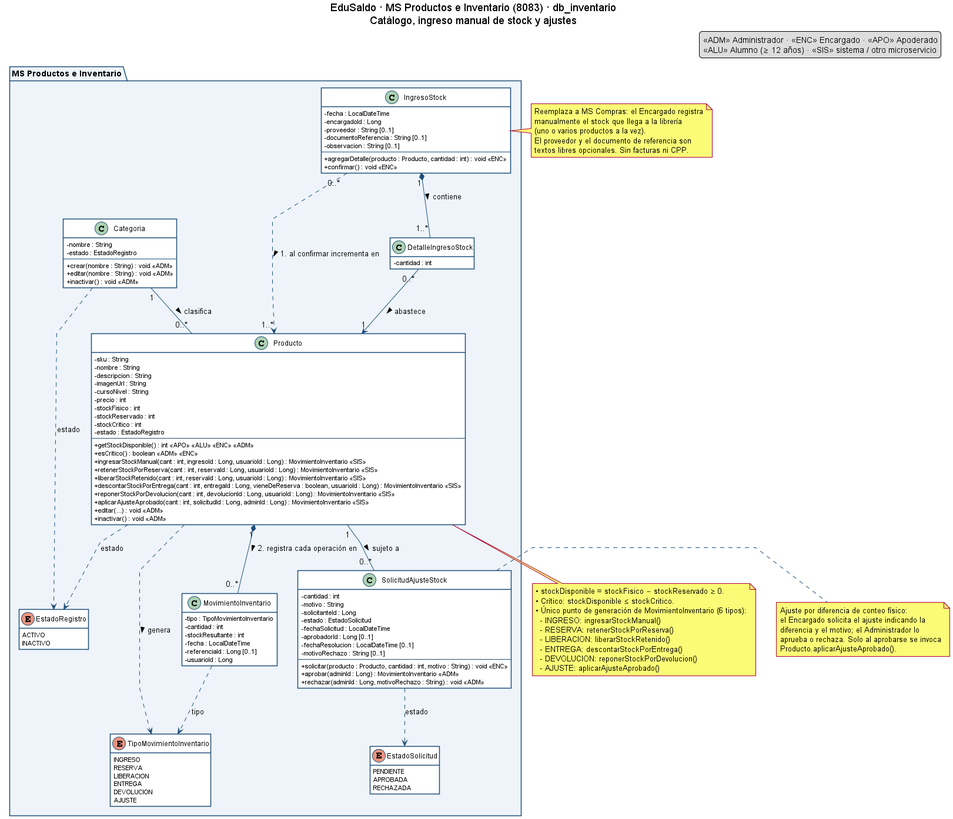
Above: docs/03_ms_productos_inventario.png in antoniojarasanchez/edusaldo-ms-productos-inventario (PlantUML), before the change.
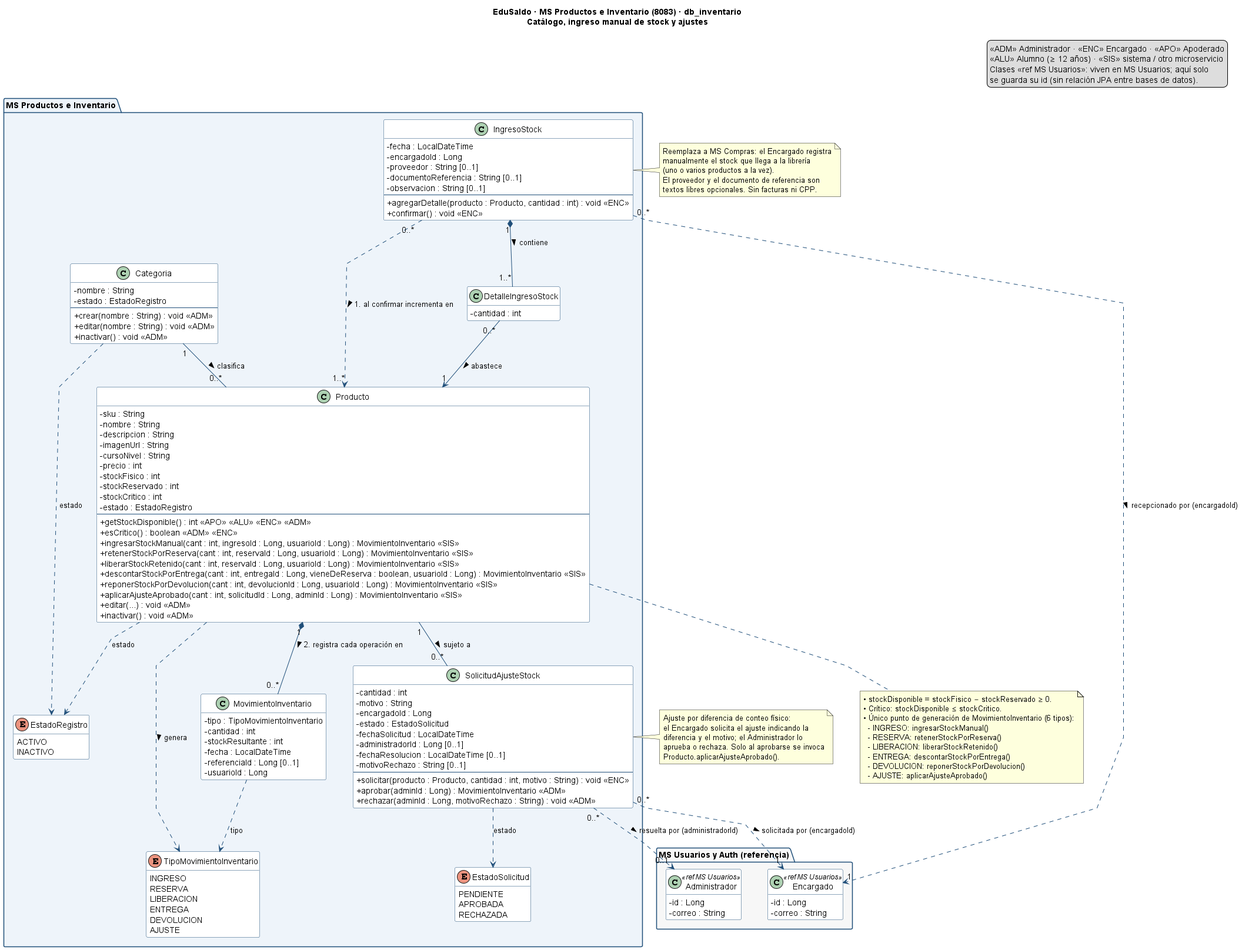
The same diagram one commit later.

Commit message:
docs(inventario): actualizar diagrama de inventario y ajustes

Diff of the diagram source:
```diff
@@ -12,12 +12,27 @@
   BackgroundColor #EEF4FA
 }
 hide empty members
+skinparam nodesep 45
+skinparam ranksep 55
 title EduSaldo · MS Productos e Inventario (8083) · db_inventario\nCatálogo, ingreso manual de stock y ajustes
 
 legend top right
   «ADM» Administrador · «ENC» Encargado · «APO» Apoderado
   «ALU» Alumno (≥ 12 años) · «SIS» sistema / otro microservicio
+  Clases <<ref MS Usuarios>>: viven en MS Usuarios; aquí solo
+  se guarda su id (sin relación JPA entre bases de datos).
 endlegend
+
+package "MS Usuarios y Auth (referencia)" #F7F7F7 {
+  class Encargado <<ref MS Usuarios>> {
+    - id : Long
+    - correo : String
+  }
+  class Administrador <<ref MS Usuarios>> {
+    - id : Long
+    - correo : String
+  }
+}
 
 package "MS Productos e Inventario" {
 
@@ -92,10 +107,10 @@
   class SolicitudAjusteStock {
     - cantidad : int
     - motivo : String
-    - solicitanteId : Long
+    - encargadoId : Long
     - estado : EstadoSolicitud
     - fechaSolicitud : LocalDateTime
-    - aprobadorId : Long [0..1]
+    - administradorId : Long [0..1]
     - fechaResolucion : LocalDateTime [0..1]
     - motivoRechazo : String [0..1]
     --
@@ -120,6 +135,10 @@
 IngresoStock "0..*" ..> "1..*" Producto : 1. al confirmar incrementa en >
 Producto "1" -- "0..*" SolicitudAjusteStock : sujeto a >
 Producto "1" *-- "0..*" MovimientoInventario : 2. registra cada operación en >
+
+IngresoStock "0..*" ..> "1" Encargado : recepcionado por (encargadoId) >
+SolicitudAjusteStock "0..*" ..> "1" Encargado : solicitada por (encargadoId) >
+SolicitudAjusteStock "0..*" ..> "0..1" Administrador : resuelta por (administradorId) >
 
 Categoria ..> EstadoRegistro : estado
 Producto ..> EstadoRegistro : estado
```
